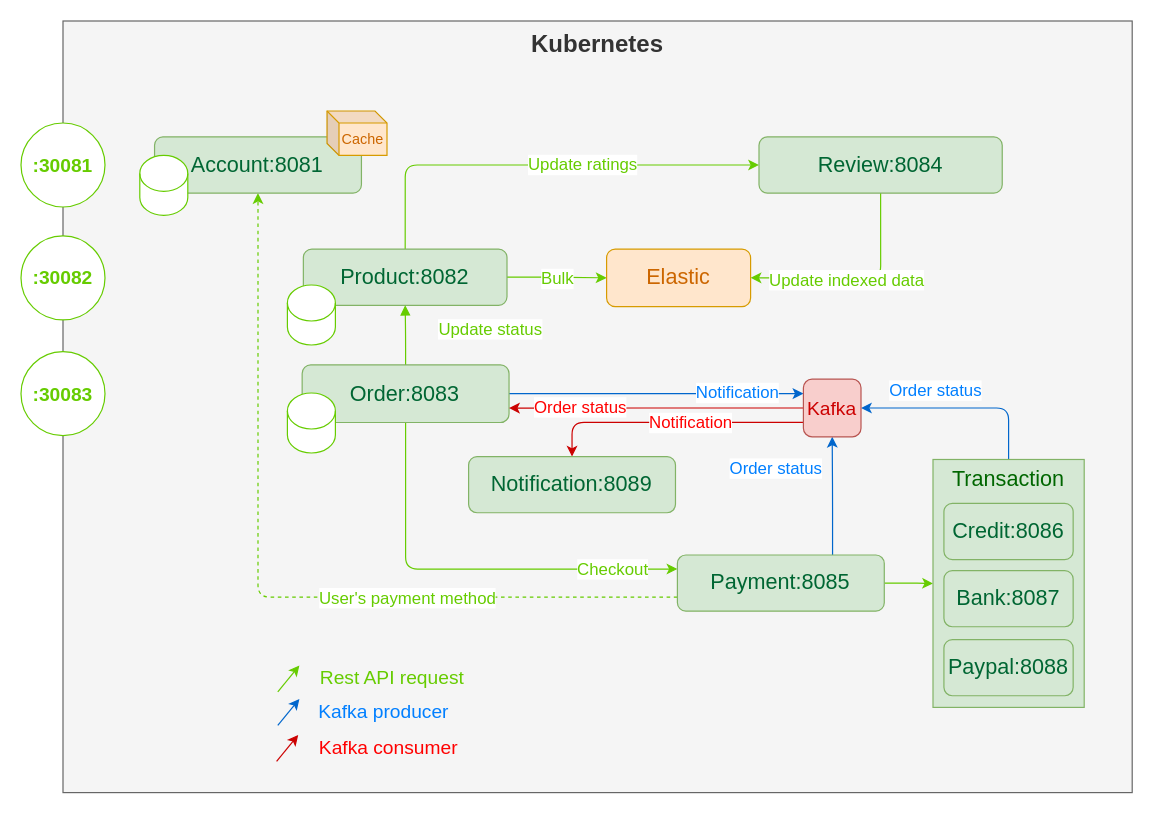
The draw.io diagram assignment.drawio in sainturb/miu-sa_rental-apartment, before the edit. Source tidied: cells renumbered, new cells numbered last; positions are measured from the earlier drawing's top-left corner, leaving out a move shared by most shapes. Both pictures are drawn from the tidied source at 120%, with x=0, y=0 at pixel (20, 20).
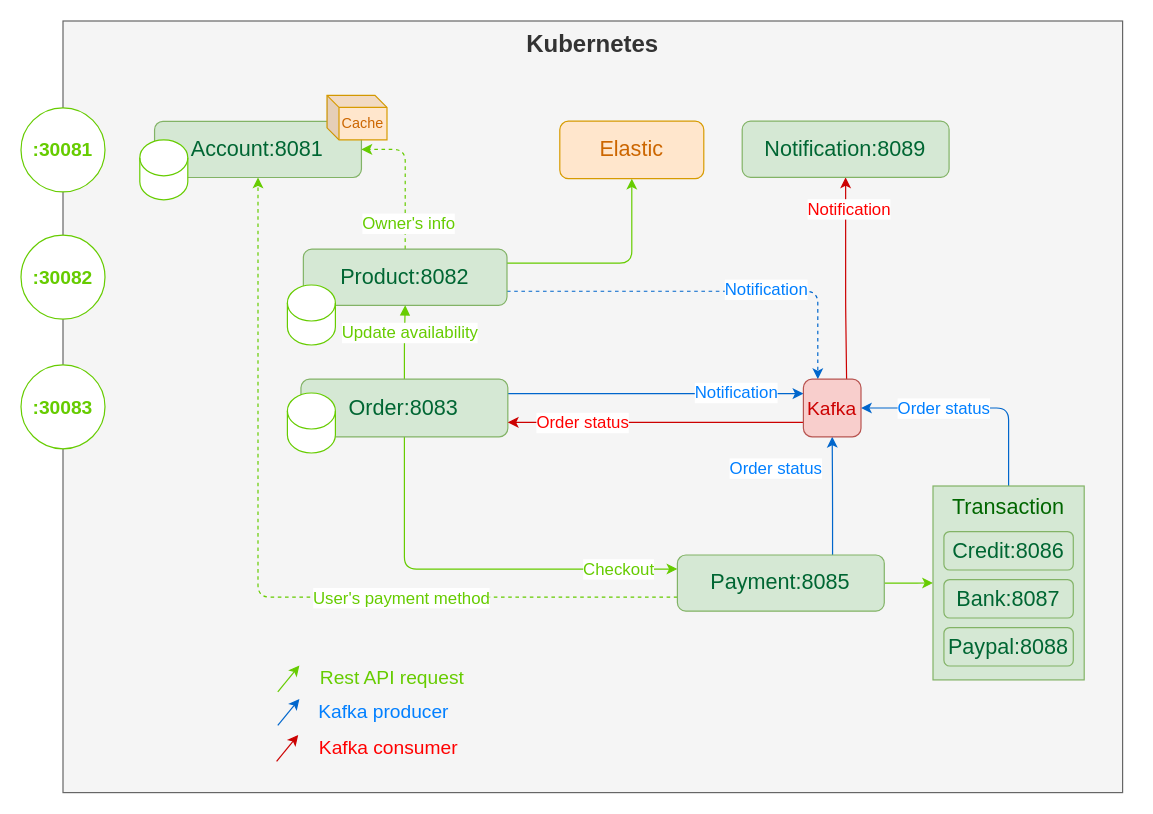
The same diagram, later.

Unchanged cells that the change refers to:
```xml
<mxCell id="7" value="Product:8082" style="rounded=1;whiteSpace=wrap;html=1;fillColor=#d5e8d4;strokeColor=#82b366;fontSize=18;fontColor=#006633;fontStyle=0;" parent="1" vertex="1">
  <mxGeometry x="235.3" y="190.1" width="169.7" height="46.8" as="geometry" />
</mxCell>
<mxCell id="8" style="edgeStyle=orthogonalEdgeStyle;rounded=1;jettySize=auto;html=1;exitX=0.5;exitY=0;exitDx=0;exitDy=0;entryX=0.5;entryY=1;entryDx=0;entryDy=0;strokeColor=#66CC00;fontSize=16;fontColor=#66CC00;startArrow=none;startFill=0;endArrow=block;endFill=1;" parent="1" edge="1" source="14" target="7">
  <mxGeometry relative="1" as="geometry" />
</mxCell>
<mxCell id="15" style="edgeStyle=orthogonalEdgeStyle;rounded=1;jettySize=auto;html=1;exitX=0.75;exitY=0;exitDx=0;exitDy=0;entryX=0.5;entryY=1;entryDx=0;entryDy=0;strokeColor=#0066CC;startArrow=none;startFill=0;" parent="1" edge="1" source="21" target="37">
  <mxGeometry relative="1" as="geometry" />
</mxCell>
<mxCell id="29" style="edgeStyle=orthogonalEdgeStyle;rounded=1;jettySize=auto;html=1;exitX=0.5;exitY=0;exitDx=0;exitDy=0;fontSize=16;fontColor=#66CC00;startArrow=none;startFill=0;strokeColor=#0066CC;entryX=1;entryY=0.5;entryDx=0;entryDy=0;" parent="1" edge="1" source="30" target="37">
  <mxGeometry relative="1" as="geometry" />
</mxCell>
<mxCell id="37" value="Kafka" style="rounded=1;whiteSpace=wrap;html=1;fontSize=16;fillColor=#f8cecc;strokeColor=#b85450;fontColor=#CC0000;" parent="1" vertex="1">
  <mxGeometry x="652" y="298.5" width="48" height="48" as="geometry" />
</mxCell>
<mxCell id="46" value="Account:8081" style="rounded=1;whiteSpace=wrap;html=1;fillColor=#d5e8d4;strokeColor=#82b366;fontSize=18;fontColor=#006633;fontStyle=0;" parent="45" vertex="1">
  <mxGeometry x="12.3" y="21.6" width="172.4" height="46.8" as="geometry" />
</mxCell>
```

Change to the diagram source:
```diff
@@
     <mxCell id="2" value="Kubernetes" style="rounded=0;whiteSpace=wrap;html=1;fillColor=#f5f5f5;fontColor=#333333;strokeColor=#666666;verticalAlign=top;fontSize=20;fontStyle=1;" parent="1" vertex="1">
-      <mxGeometry x="35" width="891" height="643" as="geometry" />
+      <mxGeometry x="35" width="883" height="643" as="geometry" />
     </mxCell>
+    <mxCell id="52" style="edgeStyle=orthogonalEdgeStyle;rounded=1;jettySize=auto;html=1;exitX=0.5;exitY=0;exitDx=0;exitDy=0;entryX=1;entryY=0.5;entryDx=0;entryDy=0;dashed=1;strokeColor=#66CC00;" parent="1" edge="1" source="7" target="46">
+      <mxGeometry relative="1" as="geometry" />
+    </mxCell>
+    <mxCell id="53" value="Owner's info" style="edgeLabel;html=1;align=center;verticalAlign=middle;fontColor=#66CC00;fontSize=14;" parent="52" vertex="1">
+      <mxGeometry x="-0.07" y="-2" relative="1" as="geometry">
+        <mxPoint y="34" as="offset" />
+      </mxGeometry>
+    </mxCell>
+    <mxCell id="54" style="edgeStyle=orthogonalEdgeStyle;rounded=1;jettySize=auto;html=1;exitX=1;exitY=0.75;exitDx=0;exitDy=0;entryX=0.25;entryY=0;entryDx=0;entryDy=0;dashed=1;strokeColor=#0066CC;fontSize=14;fontColor=#66CC00;" parent="1" edge="1" source="7" target="37">
+      <mxGeometry relative="1" as="geometry" />
+    </mxCell>
+    <mxCell id="55" value="Notification" style="edgeLabel;html=1;align=center;verticalAlign=middle;fontSize=14;fontColor=#007FFF;" parent="54" vertex="1">
+      <mxGeometry x="0.13" y="2" relative="1" as="geometry">
+        <mxPoint x="27" as="offset" />
+      </mxGeometry>
+    </mxCell>
-    <mxCell id="3" style="edgeStyle=orthogonalEdgeStyle;rounded=1;jettySize=auto;html=1;exitX=1;exitY=0.5;exitDx=0;exitDy=0;entryX=0;entryY=0.5;entryDx=0;entryDy=0;fontSize=18;fontColor=#007FFF;strokeColor=#66CC00;" parent="1" edge="1" source="7" target="28">
+    <mxCell id="3" style="edgeStyle=orthogonalEdgeStyle;rounded=1;jettySize=auto;html=1;exitX=1;exitY=0.25;exitDx=0;exitDy=0;entryX=0.5;entryY=1;entryDx=0;entryDy=0;strokeColor=#66CC00;fontSize=14;fontColor=#007FFF;" parent="1" edge="1" source="7" target="28">
       <mxGeometry relative="1" as="geometry" />
     </mxCell>
-    <mxCell id="4" value="Bulk" style="edgeLabel;html=1;align=center;verticalAlign=middle;fontSize=14;fontColor=#66CC00;" parent="3" vertex="1">
-      <mxGeometry relative="1" as="geometry" />
-    </mxCell>
-    <mxCell id="5" style="edgeStyle=orthogonalEdgeStyle;rounded=1;jettySize=auto;html=1;exitX=0.5;exitY=0;exitDx=0;exitDy=0;entryX=0;entryY=0.5;entryDx=0;entryDy=0;strokeColor=#66CC00;" parent="1" edge="1" source="7" target="51">
-      <mxGeometry relative="1" as="geometry" />
-    </mxCell>
-    <mxCell id="6" value="Update ratings" style="edgeLabel;html=1;align=center;verticalAlign=middle;fontSize=14;fontColor=#66CC00;" parent="5" vertex="1">
-      <mxGeometry x="0.19" y="1" relative="1" as="geometry" />
-    </mxCell>
@@
-    <mxCell id="9" value="Update status" style="edgeLabel;html=1;align=center;verticalAlign=middle;fontSize=14;fontColor=#66CC00;" parent="8" vertex="1">
+    <mxCell id="9" value="Update availability" style="edgeLabel;html=1;align=center;verticalAlign=middle;fontSize=14;fontColor=#66CC00;" parent="8" vertex="1">
       <mxGeometry x="0.02" y="-1" relative="1" as="geometry">
-        <mxPoint x="69" y="-4" as="offset" />
+        <mxPoint x="2" y="-8" as="offset" />
       </mxGeometry>
     </mxCell>
-    <mxCell id="10" style="edgeStyle=orthogonalEdgeStyle;rounded=1;jettySize=auto;html=1;exitX=1;exitY=0.5;exitDx=0;exitDy=0;strokeColor=#0066CC;entryX=0;entryY=0.25;entryDx=0;entryDy=0;" parent="1" edge="1" source="14" target="37">
+    <mxCell id="10" style="edgeStyle=orthogonalEdgeStyle;rounded=1;jettySize=auto;html=1;exitX=1;exitY=0.25;exitDx=0;exitDy=0;strokeColor=#0066CC;entryX=0;entryY=0.25;entryDx=0;entryDy=0;" parent="1" edge="1" source="14" target="37">
       <mxGeometry relative="1" as="geometry" />
     </mxCell>
@@
     <mxCell id="14" value="Order:8083" style="rounded=1;whiteSpace=wrap;html=1;fillColor=#d5e8d4;strokeColor=#82b366;fontSize=18;fontColor=#006633;fontStyle=0;" parent="1" vertex="1">
-      <mxGeometry x="234.3" y="286.6" width="172.4" height="48" as="geometry" />
+      <mxGeometry x="233.3" y="298.5" width="172.4" height="48" as="geometry" />
     </mxCell>
@@
-    <mxCell id="16" value="Order status" style="edgeLabel;html=1;align=center;verticalAlign=middle;fontSize=14;fontColor=#007FFF;" parent="15" vertex="1">
-      <mxGeometry x="-0.36" y="-1" relative="1" as="geometry">
-        <mxPoint x="84" y="-106" as="offset" />
-      </mxGeometry>
-    </mxCell>
@@
     <mxCell id="24" value="&lt;font style=&quot;font-size: 16px;&quot;&gt;:30081&lt;/font&gt;" style="ellipse;whiteSpace=wrap;html=1;fontSize=16;fontColor=#66CC00;strokeColor=#66CC00;fontStyle=1;" parent="1" vertex="1">
-      <mxGeometry y="85" width="70" height="70" as="geometry" />
+      <mxGeometry y="72.4" width="70" height="70" as="geometry" />
     </mxCell>
     <mxCell id="25" value="&lt;font style=&quot;font-size: 16px;&quot;&gt;:30082&lt;/font&gt;" style="ellipse;whiteSpace=wrap;html=1;fontSize=16;fontColor=#66CC00;strokeColor=#66CC00;fontStyle=1;" parent="1" vertex="1">
-      <mxGeometry y="179.1" width="70" height="70" as="geometry" />
+      <mxGeometry y="178.5" width="70" height="70" as="geometry" />
     </mxCell>
     <mxCell id="26" value="&lt;font style=&quot;font-size: 16px;&quot;&gt;:30083&lt;/font&gt;" style="ellipse;whiteSpace=wrap;html=1;fontSize=16;fontColor=#66CC00;strokeColor=#66CC00;fontStyle=1;" parent="1" vertex="1">
-      <mxGeometry y="275.6" width="70" height="70" as="geometry" />
+      <mxGeometry y="286.5" width="70" height="70" as="geometry" />
     </mxCell>
-    <mxCell id="27" style="edgeStyle=orthogonalEdgeStyle;rounded=1;jettySize=auto;html=1;exitX=0;exitY=0.5;exitDx=0;exitDy=0;entryX=1;entryY=0.75;entryDx=0;entryDy=0;fontSize=16;fontColor=#66CC00;startArrow=none;startFill=0;endArrow=classic;endFill=1;strokeColor=#CC0000;" parent="1" edge="1" source="37" target="14">
+    <mxCell id="27" style="edgeStyle=orthogonalEdgeStyle;rounded=1;jettySize=auto;html=1;exitX=0;exitY=0.75;exitDx=0;exitDy=0;entryX=1;entryY=0.75;entryDx=0;entryDy=0;fontSize=16;fontColor=#66CC00;startArrow=none;startFill=0;endArrow=classic;endFill=1;strokeColor=#CC0000;" parent="1" edge="1" source="37" target="14">
       <mxGeometry relative="1" as="geometry" />
     </mxCell>
     <mxCell id="28" value="&lt;font style=&quot;font-size: 18px;&quot;&gt;Elastic&lt;/font&gt;" style="rounded=1;whiteSpace=wrap;html=1;fillColor=#ffe6cc;strokeColor=#d79b00;fontColor=#CC6600;" parent="1" vertex="1">
-      <mxGeometry x="488" y="190.1" width="120" height="47.9" as="geometry" />
+      <mxGeometry x="449" y="83.5" width="120" height="47.9" as="geometry" />
     </mxCell>
@@
+    <mxCell id="16" value="Order status" style="edgeLabel;html=1;align=center;verticalAlign=middle;fontSize=14;fontColor=#007FFF;" parent="29" vertex="1">
+      <mxGeometry x="0.28" y="-2" relative="1" as="geometry">
+        <mxPoint y="2" as="offset" />
+      </mxGeometry>
+    </mxCell>
     <mxCell id="30" value="Transaction" style="rounded=0;whiteSpace=wrap;html=1;fontSize=18;fillColor=#d5e8d4;strokeColor=#82b366;verticalAlign=top;fontColor=#006600;" parent="1" vertex="1">
-      <mxGeometry x="760" y="365.4" width="126" height="206.6" as="geometry" />
+      <mxGeometry x="760" y="387.5" width="126" height="161.6" as="geometry" />
     </mxCell>
     <mxCell id="31" value="Credit:8086" style="rounded=1;whiteSpace=wrap;html=1;fillColor=#d5e8d4;strokeColor=#82b366;fontSize=18;fontColor=#006633;fontStyle=0;" parent="1" vertex="1">
-      <mxGeometry x="769.1" y="402" width="107.7" height="46.8" as="geometry" />
+      <mxGeometry x="769.1" y="425.5" width="107.8" height="32" as="geometry" />
     </mxCell>
     <mxCell id="32" value="Bank:8087" style="rounded=1;whiteSpace=wrap;html=1;fillColor=#d5e8d4;strokeColor=#82b366;fontSize=18;fontColor=#006633;fontStyle=0;" parent="1" vertex="1">
-      <mxGeometry x="769.1" y="458" width="107.7" height="46.8" as="geometry" />
+      <mxGeometry x="769.1" y="465.5" width="107.8" height="32" as="geometry" />
     </mxCell>
     <mxCell id="33" value="Paypal:8088" style="rounded=1;whiteSpace=wrap;html=1;fillColor=#d5e8d4;strokeColor=#82b366;fontSize=18;fontColor=#006633;fontStyle=0;" parent="1" vertex="1">
-      <mxGeometry x="769.1" y="515.5" width="107.7" height="46.8" as="geometry" />
+      <mxGeometry x="769.1" y="505.5" width="107.8" height="32" as="geometry" />
     </mxCell>
-    <mxCell id="34" style="edgeStyle=orthogonalEdgeStyle;rounded=1;jettySize=auto;html=1;exitX=0.5;exitY=0;exitDx=0;exitDy=0;entryX=0;entryY=0.75;entryDx=0;entryDy=0;fontSize=16;fontColor=#66CC00;startArrow=classic;startFill=1;strokeColor=#CC0000;endArrow=none;endFill=0;" parent="1" edge="1" source="36" target="37">
+    <mxCell id="34" style="edgeStyle=orthogonalEdgeStyle;rounded=1;jettySize=auto;html=1;exitX=0.5;exitY=1;exitDx=0;exitDy=0;entryX=0.75;entryY=0;entryDx=0;entryDy=0;fontSize=16;fontColor=#66CC00;startArrow=classic;startFill=1;strokeColor=#CC0000;endArrow=none;endFill=0;" parent="1" edge="1" source="36" target="37">
       <mxGeometry relative="1" as="geometry">
         <Array as="points">
-          <mxPoint x="459" y="335" />
-          <mxPoint x="652" y="335" />
+          <mxPoint x="687" y="237" />
         </Array>
       </mxGeometry>
     </mxCell>
     <mxCell id="35" value="Notification" style="edgeLabel;html=1;align=center;verticalAlign=middle;fontSize=14;fontColor=#FF0000;" parent="34" vertex="1">
       <mxGeometry x="-0.15" y="1" relative="1" as="geometry">
-        <mxPoint x="33" y="1" as="offset" />
+        <mxPoint x="1" y="-45" as="offset" />
       </mxGeometry>
     </mxCell>
     <mxCell id="36" value="Notification:8089" style="rounded=1;whiteSpace=wrap;html=1;fillColor=#d5e8d4;strokeColor=#82b366;fontSize=18;fontColor=#006633;fontStyle=0;" parent="1" vertex="1">
-      <mxGeometry x="373" y="363" width="172.4" height="46.8" as="geometry" />
+      <mxGeometry x="601" y="83.5" width="172.4" height="46.8" as="geometry" />
     </mxCell>
@@
     <mxCell id="38" value="Order status" style="edgeLabel;html=1;align=center;verticalAlign=middle;fontSize=14;fontColor=#FF0000;" parent="1" vertex="1">
-      <mxGeometry x="465" y="321.5" as="geometry" />
+      <mxGeometry x="467" y="334" as="geometry" />
     </mxCell>
@@
     <mxCell id="45" style="group;" parent="1" vertex="1">
-      <mxGeometry x="99" y="75" width="206" height="87" as="geometry" />
+      <mxGeometry x="99" y="62" width="206" height="87" as="geometry" />
     </mxCell>
@@
-    <mxCell id="49" style="edgeStyle=orthogonalEdgeStyle;rounded=1;jettySize=auto;html=1;exitX=0.5;exitY=1;exitDx=0;exitDy=0;entryX=1;entryY=0.5;entryDx=0;entryDy=0;strokeColor=#66CC00;" parent="1" edge="1" source="51" target="28">
-      <mxGeometry relative="1" as="geometry" />
-    </mxCell>
-    <mxCell id="50" value="Update indexed data" style="edgeLabel;html=1;align=center;verticalAlign=middle;fontSize=14;fontColor=#66CC00;" parent="49" vertex="1">
-      <mxGeometry x="0.12" y="1" relative="1" as="geometry" />
-    </mxCell>
-    <mxCell id="51" value="Review:8084" style="rounded=1;whiteSpace=wrap;html=1;fillColor=#d5e8d4;strokeColor=#82b366;fontSize=18;fontColor=#006633;fontStyle=0;" parent="1" vertex="1">
-      <mxGeometry x="615" y="96.6" width="202.7" height="46.8" as="geometry" />
-    </mxCell>
```
